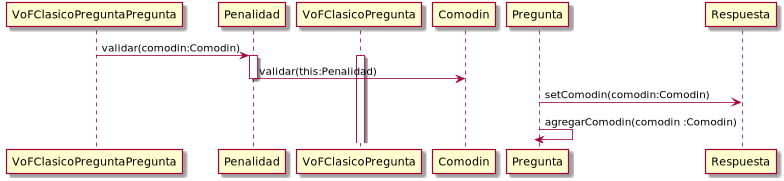
Before: src/main/java/edu/fiuba/algo3/Diagramas/png/DS/DSComodin3.png, a diagram exported from PlantUML (Alex1161/TP2). Source of this version:
```plantuml
@startuml

VoFClasicoPreguntaPregunta -> Penalidad:validar(comodin:Comodin)
activate VoFClasicoPregunta
activate Penalidad
Penalidad->Comodin:validar(this:Penalidad)
deactivate Penalidad
Pregunta ->Respuesta:setComodin(comodin:Comodin)
Pregunta ->Pregunta:agregarComodin(comodin :Comodin)
deactivate Pregunta


@enduml
```
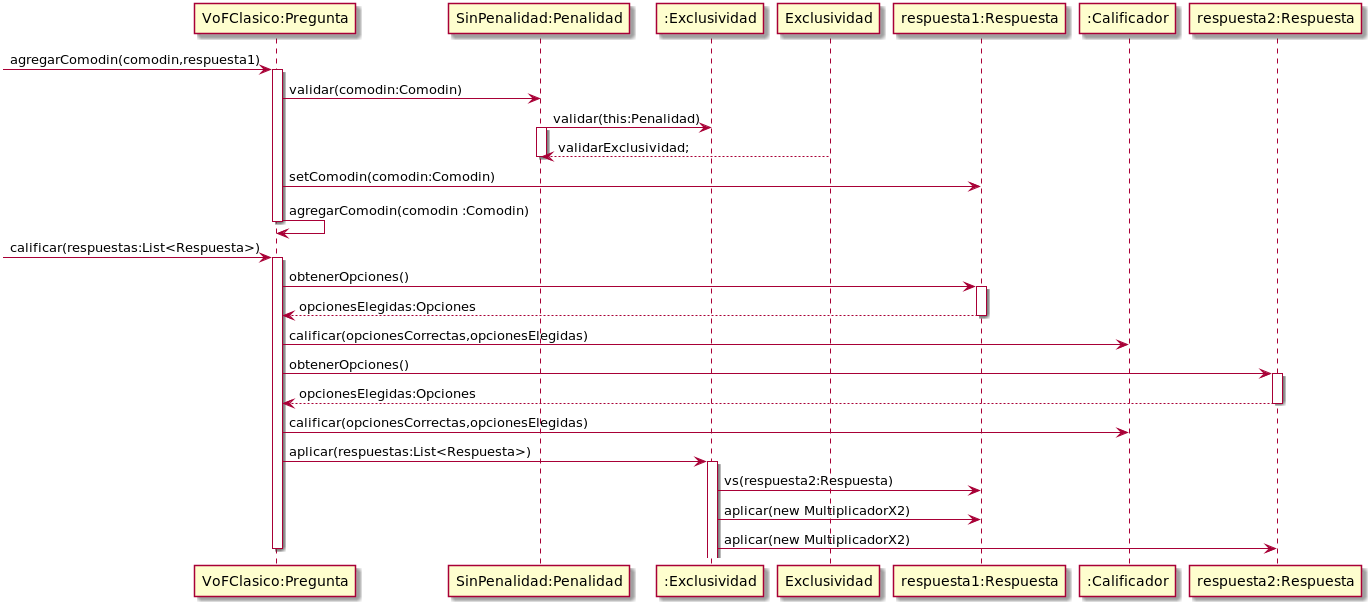
After the change.

Commit message:
diagrama Comodin3 en proceso

Change to the diagram source:
```diff
@@ -1,13 +1,37 @@
 @startuml
+[->"VoFClasico:Pregunta":agregarComodin(comodin,respuesta1)
+activate "VoFClasico:Pregunta"
+"VoFClasico:Pregunta" -> "SinPenalidad:Penalidad":validar(comodin:Comodin)
+"SinPenalidad:Penalidad"->":Exclusividad":validar(this:Penalidad)
+activate "SinPenalidad:Penalidad"
+"Exclusividad"-->"SinPenalidad:Penalidad":validarExclusividad;
+ deactivate "SinPenalidad:Penalidad"
+ "VoFClasico:Pregunta"->"respuesta1:Respuesta":setComodin(comodin:Comodin)
+"VoFClasico:Pregunta" ->"VoFClasico:Pregunta" :agregarComodin(comodin :Comodin)
+deactivate "VoFClasico:Pregunta"
 
-VoFClasicoPreguntaPregunta -> Penalidad:validar(comodin:Comodin)
-activate VoFClasicoPregunta
-activate Penalidad
-Penalidad->Comodin:validar(this:Penalidad)
-deactivate Penalidad
-Pregunta ->Respuesta:setComodin(comodin:Comodin)
-Pregunta ->Pregunta:agregarComodin(comodin :Comodin)
-deactivate Pregunta
+[->"VoFClasico:Pregunta":calificar(respuestas:List<Respuesta>)
+activate "VoFClasico:Pregunta"
+"VoFClasico:Pregunta"->"respuesta1:Respuesta":obtenerOpciones()
+activate "respuesta1:Respuesta"
+"respuesta1:Respuesta"-->"VoFClasico:Pregunta": opcionesElegidas:Opciones
+deactivate "respuesta1:Respuesta"
+"VoFClasico:Pregunta"->":Calificador":calificar(opcionesCorrectas,opcionesElegidas)
+
+"VoFClasico:Pregunta"->"respuesta2:Respuesta":obtenerOpciones()
+activate "respuesta2:Respuesta"
+"respuesta2:Respuesta"-->"VoFClasico:Pregunta": opcionesElegidas:Opciones
+deactivate "respuesta2:Respuesta"
+"VoFClasico:Pregunta"->":Calificador":calificar(opcionesCorrectas,opcionesElegidas)
+
+"VoFClasico:Pregunta"->":Exclusividad":aplicar(respuestas:List<Respuesta>)
+activate ":Exclusividad"
+ ":Exclusividad"->"respuesta1:Respuesta":vs(respuesta2:Respuesta)
+
+ ":Exclusividad"->"respuesta1:Respuesta":aplicar(new MultiplicadorX2)
+ ":Exclusividad"->"respuesta2:Respuesta":aplicar(new MultiplicadorX2)
+
+deactivate "VoFClasico:Pregunta"
 
 
 @enduml
```
